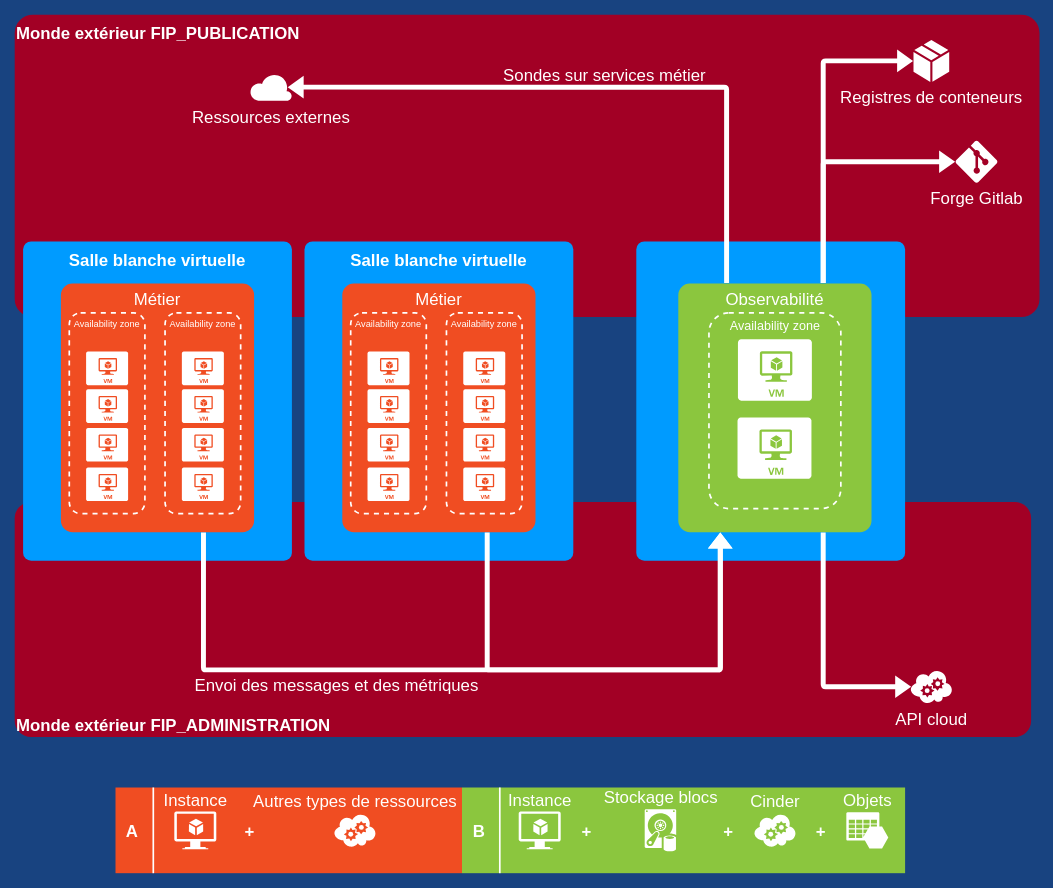
This is page "Placement dans un projet mutualisé" (2 of 3) of docs/diagrammes.drawio from 139bercy/cloud-appliance-observability, a draw.io file, before an edit. Source tidied: cells renumbered, new cells numbered last; positions are measured from the earlier drawing's top-left corner, leaving out a move shared by most shapes. Both pictures are drawn from the tidied source at 84%, with x=0, y=0 at pixel (14, 14).
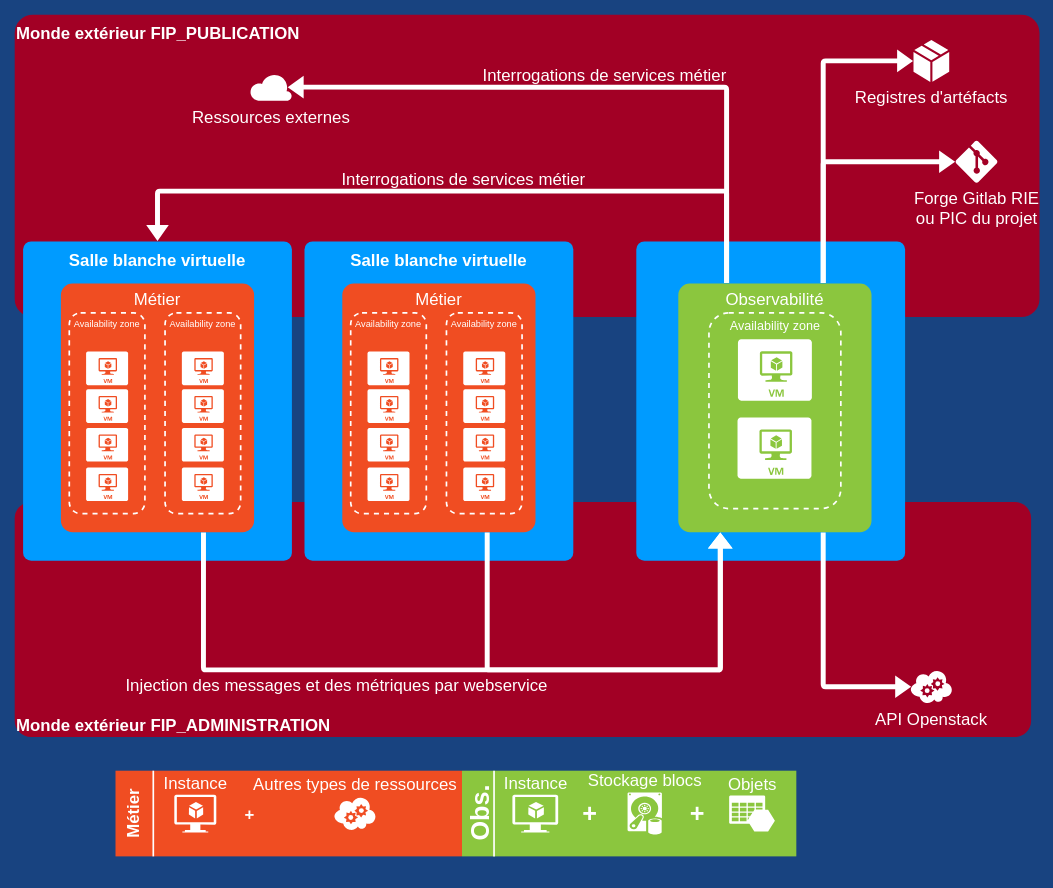
The same page after the edit.

Unchanged cells that the change refers to:
```xml
<mxCell id="16" value="Observabilité" style="rounded=1;whiteSpace=wrap;html=1;shadow=0;strokeWidth=2;fillColor=#8BC63E;fontSize=20;align=center;strokeColor=none;arcSize=6;verticalAlign=top;fontColor=#ffffff;" parent="1" vertex="1">
  <mxGeometry x="790" y="320" width="230" height="296" as="geometry" />
</mxCell>
<mxCell id="46" value="Salle blanche virtuelle" style="whiteSpace=wrap;html=1;rounded=1;shadow=0;strokeColor=none;strokeWidth=2;fillColor=#009BFF;fontSize=20;fontColor=#FFFFFF;align=center;arcSize=3;verticalAlign=top;spacingTop=4;fontStyle=1;" parent="45" vertex="1">
  <mxGeometry x="-60" y="-50" width="320" height="380" as="geometry" />
</mxCell>
<mxCell id="58" style="shape=flexArrow;endArrow=block;html=1;fillColor=#ffffff;strokeColor=none;endWidth=22.491349480968857;endSize=6;edgeStyle=orthogonalEdgeStyle;labelBackgroundColor=none;labelPosition=center;verticalLabelPosition=bottom;align=center;verticalAlign=top;fontSize=20;fontColor=#FFFFFF;width=5.882352941176471;startArrow=none;endFill=0;startFill=0;startSize=6;exitX=0.738;exitY=1;exitDx=0;exitDy=0;exitPerimeter=0;" parent="1" edge="1" source="47">
  <mxGeometry relative="1" as="geometry">
    <mxPoint x="840" y="616" as="targetPoint" />
    <Array as="points">
      <mxPoint x="225" y="780" />
      <mxPoint x="840" y="780" />
    </Array>
  </mxGeometry>
</mxCell>
<mxCell id="61" value="Ressources externes" style="verticalLabelPosition=bottom;html=1;verticalAlign=top;align=center;shape=mxgraph.azure.cloud;fontSize=20;strokeColor=none;fontColor=#FFFFFF;" parent="1" vertex="1">
  <mxGeometry x="280" y="70" width="50" height="32.5" as="geometry" />
</mxCell>
```

What changed in the source:
```diff
@@
     <mxCell id="5" style="rounded=0;whiteSpace=wrap;html=1;shadow=0;strokeWidth=2;fillColor=#F04D22;fontSize=20;fontColor=#FFFFFF;align=center;strokeColor=none;arcSize=6;verticalAlign=top;" parent="1" vertex="1">
-      <mxGeometry x="120" y="920" width="412.5" height="102" as="geometry" />
+      <mxGeometry x="120" y="900" width="412.5" height="102" as="geometry" />
     </mxCell>
-    <mxCell id="6" style="rounded=0;whiteSpace=wrap;html=1;shadow=0;strokeWidth=2;fillColor=#8BC63E;fontSize=20;fontColor=#FFFFFF;align=center;strokeColor=none;arcSize=6;verticalAlign=top;" parent="1" vertex="1">
-      <mxGeometry x="532.5" y="920" width="527.5" height="102" as="geometry" />
-    </mxCell>
-    <mxCell id="7" value="A" style="text;html=1;strokeColor=none;fillColor=none;align=center;verticalAlign=middle;whiteSpace=wrap;rounded=1;shadow=0;fontSize=20;fontColor=#FFFFFF;fontStyle=1;" parent="1" vertex="1">
-      <mxGeometry x="120" y="953.5" width="40" height="35" as="geometry" />
+    <mxCell id="7" value="Métier" style="text;html=1;strokeColor=none;fillColor=none;align=center;verticalAlign=middle;whiteSpace=wrap;rounded=1;shadow=0;fontSize=20;fontColor=#FFFFFF;fontStyle=1;rotation=270;" parent="1" vertex="1">
+      <mxGeometry x="120" y="933.5" width="40" height="35" as="geometry" />
     </mxCell>
-    <mxCell id="8" value="B" style="text;html=1;strokeColor=none;fillColor=none;align=center;verticalAlign=middle;whiteSpace=wrap;rounded=1;shadow=0;fontSize=20;fontColor=#FFFFFF;fontStyle=1;" parent="1" vertex="1">
-      <mxGeometry x="532.5" y="953.5" width="40" height="35" as="geometry" />
-    </mxCell>
     <mxCell id="9" value="+" style="text;html=1;strokeColor=none;fillColor=none;align=center;verticalAlign=middle;whiteSpace=wrap;rounded=1;shadow=0;fontSize=20;fontColor=#FFFFFF;fontStyle=1;" parent="1" vertex="1">
-      <mxGeometry x="260" y="953.5" width="40" height="35" as="geometry" />
+      <mxGeometry x="260" y="933.5" width="40" height="35" as="geometry" />
     </mxCell>
-    <mxCell id="10" value="Instance" style="shadow=0;html=1;strokeColor=none;fillColor=#FFFFFF;labelPosition=center;verticalLabelPosition=top;verticalAlign=bottom;shape=mxgraph.azure.virtual_machine_feature;rounded=0;fontSize=20;fontColor=#FFFFFF;align=center;" parent="1" vertex="1">
-      <mxGeometry x="600" y="948.5" width="50" height="45" as="geometry" />
-    </mxCell>
-    <mxCell id="11" value="+" style="text;html=1;strokeColor=none;fillColor=none;align=center;verticalAlign=middle;whiteSpace=wrap;rounded=1;shadow=0;fontSize=20;fontColor=#FFFFFF;fontStyle=1;" parent="1" vertex="1">
-      <mxGeometry x="661" y="953.5" width="40" height="35" as="geometry" />
-    </mxCell>
     <mxCell id="12" style="line;strokeWidth=2;direction=south;html=1;rounded=0;shadow=0;fillColor=none;fontSize=20;fontColor=#FFFFFF;align=center;strokeColor=#FFFFFF;" parent="1" vertex="1">
-      <mxGeometry x="160" y="920" width="10" height="102" as="geometry" />
+      <mxGeometry x="160" y="900" width="10" height="102" as="geometry" />
     </mxCell>
-    <mxCell id="13" style="line;strokeWidth=2;direction=south;html=1;rounded=0;shadow=0;fillColor=none;fontSize=20;fontColor=#FFFFFF;align=center;strokeColor=#FFFFFF;" parent="1" vertex="1">
-      <mxGeometry x="572.5" y="920" width="10" height="102" as="geometry" />
-    </mxCell>
-    <mxCell id="14" value="+" style="text;html=1;strokeColor=none;fillColor=none;align=center;verticalAlign=middle;whiteSpace=wrap;rounded=1;shadow=0;fontSize=20;fontColor=#FFFFFF;fontStyle=1;" parent="1" vertex="1">
-      <mxGeometry x="830" y="953.5" width="40" height="35" as="geometry" />
-    </mxCell>
-    <mxCell id="15" value="Objets&lt;br style=&quot;font-size: 20px;&quot;&gt;" style="shadow=0;html=1;strokeColor=none;labelPosition=center;verticalLabelPosition=top;verticalAlign=bottom;shape=mxgraph.mscae.cloud.azure_storage;fillColor=#FFFFFF;rounded=0;fontSize=20;fontColor=#FFFFFF;align=center;" parent="1" vertex="1">
-      <mxGeometry x="990" y="949.5" width="50" height="43" as="geometry" />
-    </mxCell>
@@
     <mxCell id="19" value="Instance" style="shadow=0;html=1;strokeColor=none;fillColor=#FFFFFF;labelPosition=center;verticalLabelPosition=top;verticalAlign=bottom;shape=mxgraph.azure.virtual_machine_feature;rounded=0;fontSize=20;fontColor=#FFFFFF;align=center;" parent="1" vertex="1">
-      <mxGeometry x="190" y="948.5" width="50" height="45" as="geometry" />
+      <mxGeometry x="190" y="928.5" width="50" height="45" as="geometry" />
     </mxCell>
-    <mxCell id="20" value="Stockage blocs" style="verticalLabelPosition=top;html=1;verticalAlign=bottom;strokeColor=none;fillColor=#ffffff;shape=mxgraph.azure.vhd_data_disk;fontColor=#FFFFFF;labelPosition=center;align=center;fontSize=20;" parent="1" vertex="1">
-      <mxGeometry x="750" y="946" width="37.5" height="50" as="geometry" />
-    </mxCell>
-    <mxCell id="21" value="Cinder" style="verticalLabelPosition=top;html=1;verticalAlign=bottom;strokeColor=none;fillColor=#ffffff;shape=mxgraph.azure.cloud_service;fontSize=20;fontColor=#FFFFFF;horizontal=1;labelPosition=center;align=center;" parent="1" vertex="1">
-      <mxGeometry x="880" y="951" width="50" height="40" as="geometry" />
-    </mxCell>
-    <mxCell id="22" value="+" style="text;html=1;strokeColor=none;fillColor=none;align=center;verticalAlign=middle;whiteSpace=wrap;rounded=1;shadow=0;fontSize=20;fontColor=#FFFFFF;fontStyle=1;" parent="1" vertex="1">
-      <mxGeometry x="940" y="953.5" width="40" height="35" as="geometry" />
-    </mxCell>
     <mxCell id="23" value="Autres types de ressources" style="verticalLabelPosition=top;html=1;verticalAlign=bottom;align=center;strokeColor=none;fillColor=#FFFFFF;shape=mxgraph.azure.cloud_service;fontColor=#FFFFFF;labelPosition=center;fontSize=20;" parent="1" vertex="1">
-      <mxGeometry x="380" y="951" width="50" height="40" as="geometry" />
+      <mxGeometry x="380" y="931" width="50" height="40" as="geometry" />
     </mxCell>
@@
-    <mxCell id="25" value="Sondes sur services métier" style="shape=flexArrow;endArrow=none;html=1;fillColor=#ffffff;strokeColor=none;endWidth=22.491349480968857;endSize=3.2941176470588234;edgeStyle=orthogonalEdgeStyle;entryX=0.25;entryY=0;entryDx=0;entryDy=0;labelBackgroundColor=none;labelPosition=center;verticalLabelPosition=top;align=center;verticalAlign=bottom;fontSize=20;fontColor=#FFFFFF;width=5.882352941176471;startArrow=block;endFill=0;exitX=0.89;exitY=0.5;exitDx=0;exitDy=0;exitPerimeter=0;" parent="1" edge="1" source="61" target="16">
+    <mxCell id="25" value="Interrogations de services métier" style="shape=flexArrow;endArrow=none;html=1;fillColor=#ffffff;strokeColor=none;endWidth=22.491349480968857;endSize=3.2941176470588234;edgeStyle=orthogonalEdgeStyle;entryX=0.25;entryY=0;entryDx=0;entryDy=0;labelBackgroundColor=none;labelPosition=center;verticalLabelPosition=top;align=center;verticalAlign=bottom;fontSize=20;fontColor=#FFFFFF;width=5.882352941176471;startArrow=block;endFill=0;exitX=0.89;exitY=0.5;exitDx=0;exitDy=0;exitPerimeter=0;" parent="1" edge="1" source="61" target="16">
       <mxGeometry relative="1" as="geometry">
         <Array as="points">
           <mxPoint x="848" y="86" />
         </Array>
       </mxGeometry>
     </mxCell>
-    <mxCell id="26" value="API cloud" style="verticalLabelPosition=bottom;html=1;verticalAlign=top;align=center;shape=mxgraph.azure.cloud_service;fontSize=20;strokeColor=none;fontColor=#FFFFFF;" parent="1" vertex="1">
+    <mxCell id="26" value="API Openstack" style="verticalLabelPosition=bottom;html=1;verticalAlign=top;align=center;shape=mxgraph.azure.cloud_service;fontSize=20;strokeColor=none;fontColor=#FFFFFF;" parent="1" vertex="1">
       <mxGeometry x="1066.2" y="780" width="50" height="40" as="geometry" />
     </mxCell>
@@
-    <mxCell id="28" value="Registres de conteneurs" style="verticalLabelPosition=bottom;html=1;verticalAlign=top;align=center;shape=mxgraph.azure.cloud_service_package_file;fontSize=20;strokeColor=none;fontColor=#FFFFFF;" parent="1" vertex="1">
+    <mxCell id="28" value="Registres d'artéfacts" style="verticalLabelPosition=bottom;html=1;verticalAlign=top;align=center;shape=mxgraph.azure.cloud_service_package_file;fontSize=20;strokeColor=none;fontColor=#FFFFFF;" parent="1" vertex="1">
       <mxGeometry x="1070" y="30" width="42.5" height="50" as="geometry" />
     </mxCell>
-    <mxCell id="29" value="Forge Gitlab" style="verticalLabelPosition=bottom;html=1;verticalAlign=top;align=center;shape=mxgraph.azure.git_repository;fontSize=20;strokeColor=none;fontColor=#FFFFFF;" parent="1" vertex="1">
+    <mxCell id="29" value="Forge Gitlab RIE&lt;br&gt;ou PIC du projet" style="verticalLabelPosition=bottom;html=1;verticalAlign=top;align=center;shape=mxgraph.azure.git_repository;fontSize=20;strokeColor=none;fontColor=#FFFFFF;" parent="1" vertex="1">
       <mxGeometry x="1120" y="150" width="50" height="50" as="geometry" />
     </mxCell>
@@
-    <mxCell id="59" value="Envoi des messages et des métriques" style="text;html=1;align=center;verticalAlign=top;labelBackgroundColor=none;fontSize=20;fontColor=#FFFFFF;labelPosition=center;verticalLabelPosition=bottom;" parent="58" vertex="1">
+    <mxCell id="59" value="Injection des messages et des métriques par webservice" style="text;html=1;align=center;verticalAlign=top;labelBackgroundColor=none;fontSize=20;fontColor=#FFFFFF;labelPosition=center;verticalLabelPosition=bottom;" parent="58" vertex="1">
       <mxGeometry x="-0.32" relative="1" as="geometry">
         <mxPoint x="1" as="offset" />
       </mxGeometry>
     </mxCell>
@@
+    <mxCell id="62" style="rounded=0;whiteSpace=wrap;html=1;shadow=0;strokeWidth=2;fillColor=#8BC63E;fontSize=12;fontColor=#FFFFFF;align=center;strokeColor=none;arcSize=3;verticalAlign=top;" parent="1" vertex="1">
+      <mxGeometry x="532.5" y="900" width="398" height="102" as="geometry" />
+    </mxCell>
+    <mxCell id="63" value="Obs." style="text;html=1;strokeColor=none;fillColor=none;align=center;verticalAlign=middle;whiteSpace=wrap;rounded=1;shadow=0;fontSize=30;fontColor=#FFFFFF;fontStyle=1;rotation=270;" parent="1" vertex="1">
+      <mxGeometry x="532.5" y="933.5" width="43.6" height="35" as="geometry" />
+    </mxCell>
+    <mxCell id="10" value="Instance" style="shadow=0;html=1;strokeColor=none;fillColor=#FFFFFF;labelPosition=center;verticalLabelPosition=top;verticalAlign=bottom;shape=mxgraph.azure.virtual_machine_feature;rounded=0;fontSize=20;fontColor=#FFFFFF;align=center;" parent="1" vertex="1">
+      <mxGeometry x="592.5" y="928.5" width="54.5" height="45" as="geometry" />
+    </mxCell>
+    <mxCell id="64" style="line;strokeWidth=2;direction=south;html=1;rounded=0;shadow=0;fillColor=none;fontSize=30;fontColor=#FFFFFF;align=center;strokeColor=#FFFFFF;" parent="1" vertex="1">
+      <mxGeometry x="565.2" y="900" width="10.9" height="102" as="geometry" />
+    </mxCell>
+    <mxCell id="65" value="+" style="text;html=1;strokeColor=none;fillColor=none;align=center;verticalAlign=middle;whiteSpace=wrap;rounded=1;shadow=0;fontSize=30;fontColor=#FFFFFF;fontStyle=1;" parent="1" vertex="1">
+      <mxGeometry x="662.7" y="933.5" width="43.6" height="35" as="geometry" />
+    </mxCell>
+    <mxCell id="15" value="Objets&lt;br style=&quot;font-size: 20px;&quot;&gt;" style="shadow=0;html=1;strokeColor=none;labelPosition=center;verticalLabelPosition=top;verticalAlign=bottom;shape=mxgraph.mscae.cloud.azure_storage;fillColor=#FFFFFF;rounded=0;fontSize=20;fontColor=#FFFFFF;align=center;" parent="1" vertex="1">
+      <mxGeometry x="850.5" y="929.5" width="54.5" height="43" as="geometry" />
+    </mxCell>
+    <mxCell id="20" value="Stockage blocs" style="verticalLabelPosition=top;html=1;verticalAlign=bottom;strokeColor=none;fillColor=#ffffff;shape=mxgraph.azure.vhd_data_disk;fontColor=#FFFFFF;labelPosition=center;align=center;fontSize=20;" parent="1" vertex="1">
+      <mxGeometry x="729.6" y="926" width="40.9" height="50" as="geometry" />
+    </mxCell>
+    <mxCell id="66" value="+" style="text;html=1;strokeColor=none;fillColor=none;align=center;verticalAlign=middle;whiteSpace=wrap;rounded=1;shadow=0;fontSize=30;fontColor=#FFFFFF;fontStyle=1;" parent="1" vertex="1">
+      <mxGeometry x="788.4" y="933.5" width="50.1" height="35" as="geometry" />
+    </mxCell>
+    <mxCell id="67" value="Interrogations de services métier" style="shape=flexArrow;endArrow=none;html=1;fillColor=#ffffff;strokeColor=none;endWidth=22.491349480968857;endSize=3.2941176470588234;edgeStyle=orthogonalEdgeStyle;entryX=0.25;entryY=0;entryDx=0;entryDy=0;labelBackgroundColor=none;labelPosition=center;verticalLabelPosition=top;align=center;verticalAlign=bottom;fontSize=20;fontColor=#FFFFFF;width=5.882352941176471;startArrow=block;endFill=0;exitX=0.5;exitY=0;exitDx=0;exitDy=0;" parent="1" edge="1" source="46" target="16">
+      <mxGeometry relative="1" as="geometry">
+        <Array as="points">
+          <mxPoint x="170" y="210" />
+          <mxPoint x="847" y="210" />
+        </Array>
+      </mxGeometry>
+    </mxCell>
```
